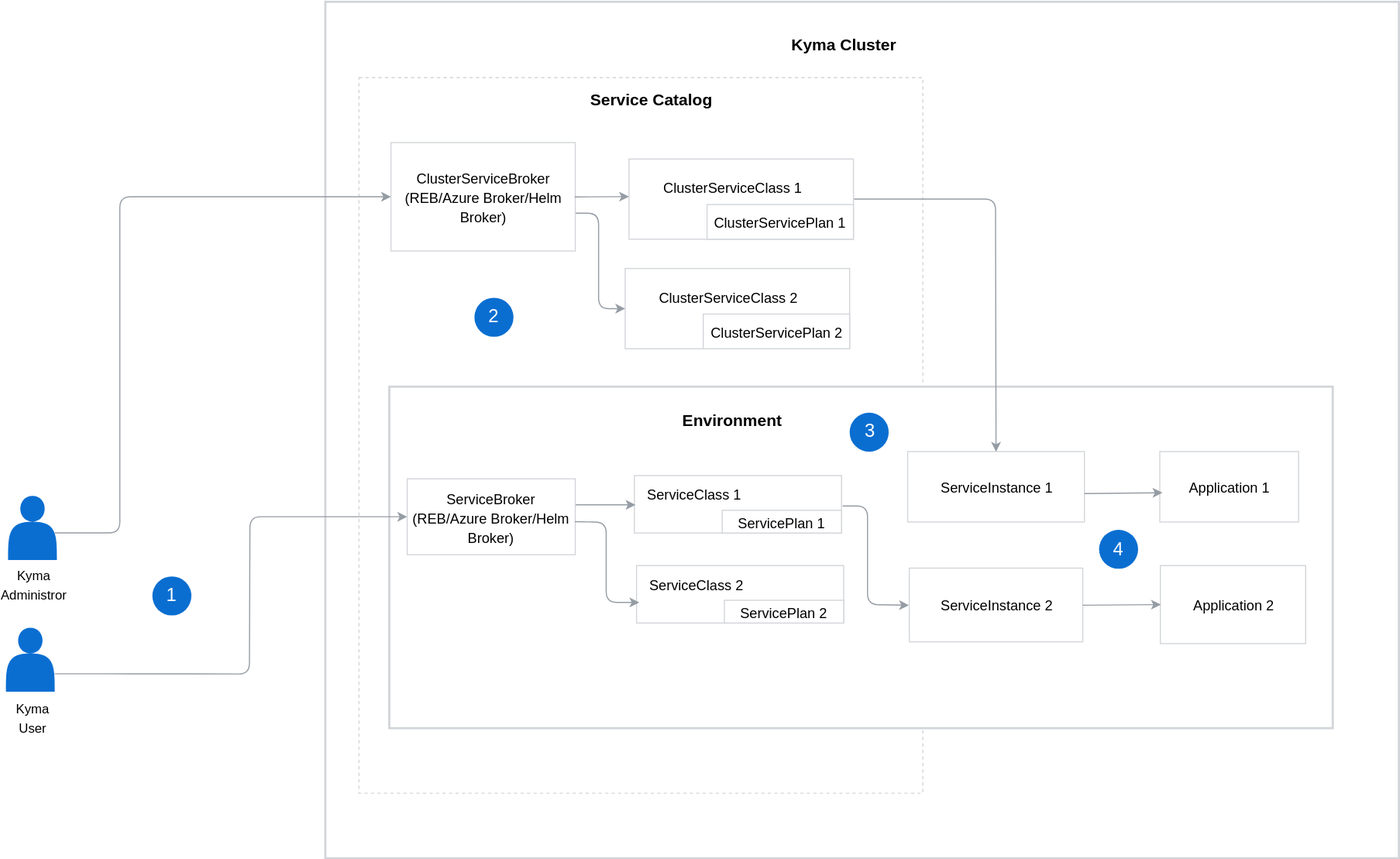
Before: docs/service-catalog/docs/assets/service-catalog-flow.svg, a diagram exported from draw.io (kyma-project/kyma). Source tidied: cells renumbered, new cells last; positions are measured from the earlier drawing's top-left corner, leaving out a move shared by most shapes.
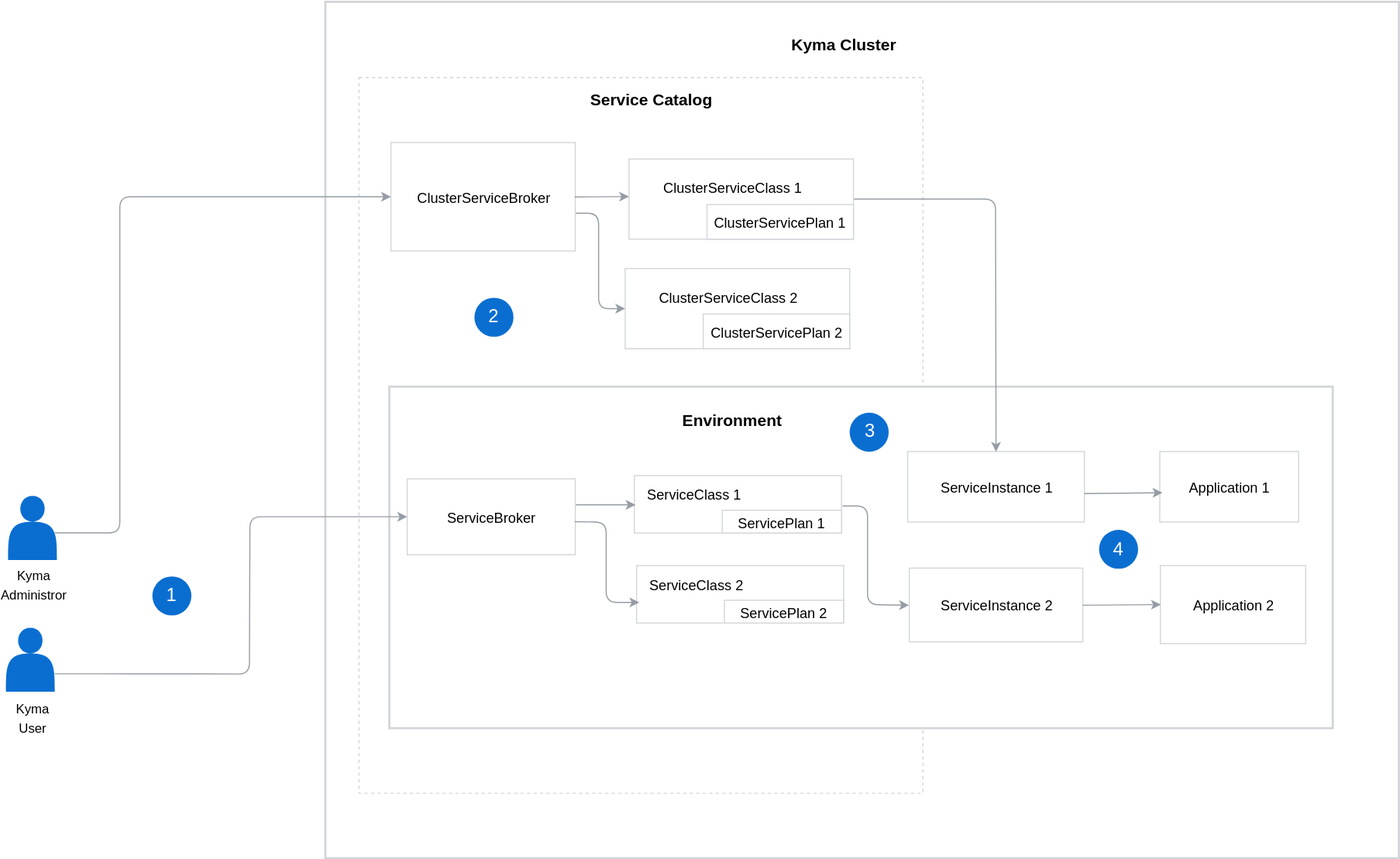
After the commit.

Commit message:
Remove Service Broker names on the diagram

The edit, as a diff of the source:
```diff
@@ -14,10 +14,10 @@
     <mxCell id="5" style="rounded=0;whiteSpace=wrap;html=1;labelBackgroundColor=none;strokeColor=#D2D5D9;strokeWidth=2;fillColor=#FFFFFF;gradientColor=none;fontFamily=Helvetica;fontSize=15;fontColor=#000000;" parent="1" vertex="1">
       <mxGeometry x="353.5" y="355" width="870" height="315" as="geometry" />
     </mxCell>
-    <mxCell id="6" value="&lt;font style=&quot;font-size: 13px&quot;&gt;ClusterServiceBroker&lt;br&gt;(REB/Azure Broker/Helm Broker)&lt;br&gt;&lt;/font&gt;" style="rounded=0;whiteSpace=wrap;html=1;labelBackgroundColor=none;strokeColor=#D2D5D9;strokeWidth=1;fillColor=#FFFFFF;gradientColor=none;fontFamily=Helvetica;fontSize=15;fontColor=#000000;" parent="1" vertex="1">
+    <mxCell id="6" value="&lt;font style=&quot;font-size: 13px&quot;&gt;ClusterServiceBroker&lt;br&gt;&lt;/font&gt;" style="rounded=0;whiteSpace=wrap;html=1;labelBackgroundColor=none;strokeColor=#D2D5D9;strokeWidth=1;fillColor=#FFFFFF;gradientColor=none;fontFamily=Helvetica;fontSize=15;fontColor=#000000;" parent="1" vertex="1">
       <mxGeometry x="355" y="129.9" width="170" height="100" as="geometry" />
     </mxCell>
-    <mxCell id="7" value="&lt;font style=&quot;font-size: 13px&quot;&gt;ServiceBroker&lt;br&gt;(REB/Azure Broker/Helm Broker)&lt;/font&gt;&lt;br&gt;" style="rounded=0;whiteSpace=wrap;html=1;labelBackgroundColor=none;strokeColor=#D2D5D9;strokeWidth=1;fillColor=#FFFFFF;gradientColor=none;fontFamily=Helvetica;fontSize=15;fontColor=#000000;" parent="1" vertex="1">
+    <mxCell id="7" value="&lt;font style=&quot;font-size: 13px&quot;&gt;ServiceBroker&lt;/font&gt;&lt;br&gt;" style="rounded=0;whiteSpace=wrap;html=1;labelBackgroundColor=none;strokeColor=#D2D5D9;strokeWidth=1;fillColor=#FFFFFF;gradientColor=none;fontFamily=Helvetica;fontSize=15;fontColor=#000000;" parent="1" vertex="1">
       <mxGeometry x="370" y="440" width="155" height="70" as="geometry" />
     </mxCell>
     <mxCell id="8" value="&lt;font style=&quot;font-size: 13px&quot;&gt;ServiceInstance 1&lt;/font&gt;" style="rounded=0;whiteSpace=wrap;html=1;labelBackgroundColor=none;strokeColor=#D2D5D9;strokeWidth=1;fillColor=#FFFFFF;gradientColor=none;fontFamily=Helvetica;fontSize=15;fontColor=#000000;" parent="1" vertex="1">
```
